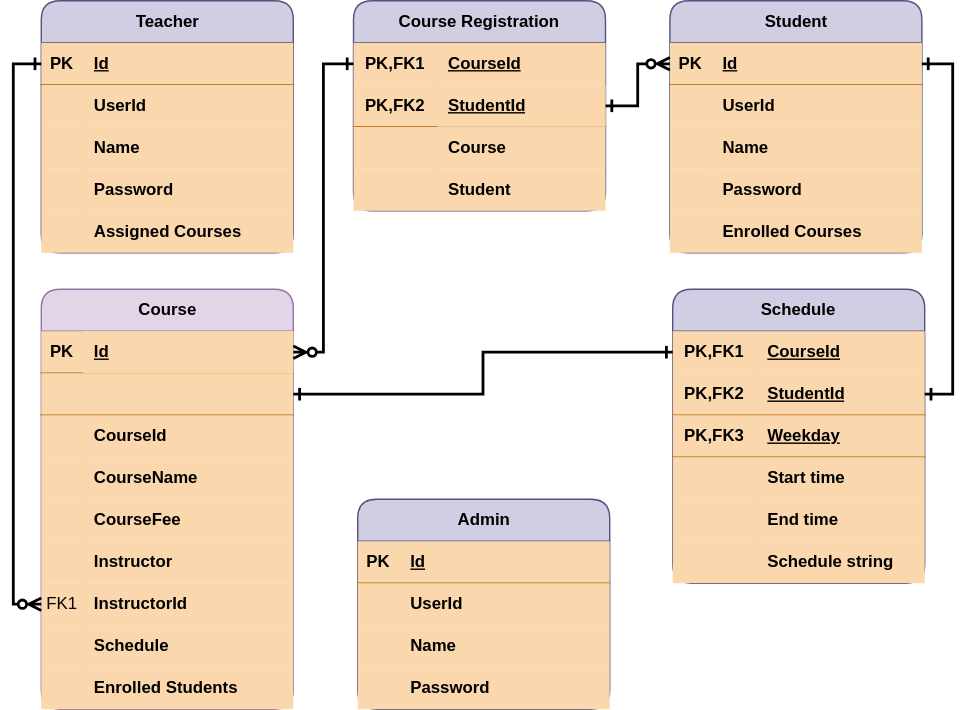
Before: demo/CourseManagement_ERD.svg, a diagram exported from draw.io (MohammadRokib/CourseManagement). Source tidied: cells renumbered, new cells last; positions are measured from the earlier drawing's top-left corner, leaving out a move shared by most shapes.
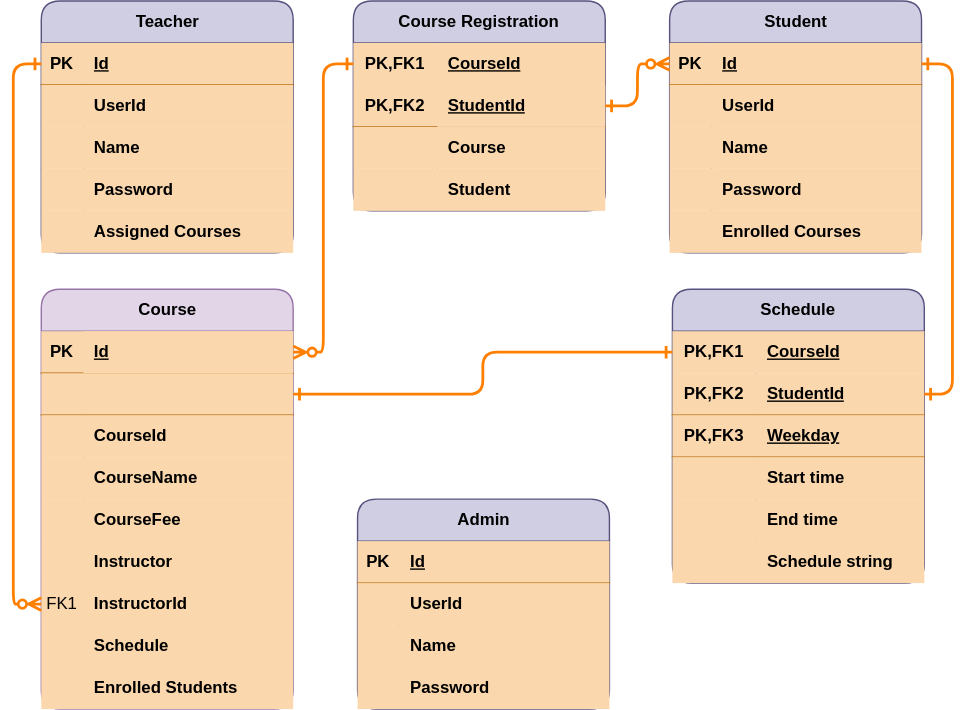
Later version of the same file.

Commit message:
updated connection lines in ERD

What changed in the source:
```diff
@@ -260,13 +260,13 @@
     <mxCell id="87" value="&lt;b&gt;Student&lt;/b&gt;" style="shape=partialRectangle;fillColor=none;top=0;left=0;bottom=0;right=0;align=left;spacingLeft=6;overflow=hidden;html=1;whiteSpace=wrap;" parent="85" vertex="1">
       <mxGeometry x="60" width="120" height="30" as="geometry" />
     </mxCell>
-    <mxCell id="88" style="edgeStyle=orthogonalEdgeStyle;rounded=0;jettySize=auto;html=1;exitX=1;exitY=0.5;exitDx=0;exitDy=0;entryX=0;entryY=0.5;entryDx=0;entryDy=0;startArrow=ERone;startFill=0;endArrow=ERzeroToMany;endFill=0;strokeWidth=2;" parent="1" edge="1" source="79" target="32">
+    <mxCell id="88" style="edgeStyle=orthogonalEdgeStyle;rounded=1;jettySize=auto;html=1;exitX=1;exitY=0.5;exitDx=0;exitDy=0;entryX=0;entryY=0.5;entryDx=0;entryDy=0;startArrow=ERone;startFill=0;endArrow=ERzeroToMany;endFill=0;strokeWidth=2;curved=0;strokeColor=#FF8000;" parent="1" edge="1" source="79" target="32">
       <mxGeometry relative="1" as="geometry" />
     </mxCell>
-    <mxCell id="89" style="edgeStyle=orthogonalEdgeStyle;rounded=0;jettySize=auto;html=1;exitX=1;exitY=0.5;exitDx=0;exitDy=0;entryX=0;entryY=0.5;entryDx=0;entryDy=0;strokeWidth=2;endArrow=ERone;endFill=0;startArrow=ERzeroToMany;startFill=0;" parent="1" edge="1" source="48" target="76">
+    <mxCell id="89" style="edgeStyle=orthogonalEdgeStyle;rounded=1;jettySize=auto;html=1;exitX=1;exitY=0.5;exitDx=0;exitDy=0;entryX=0;entryY=0.5;entryDx=0;entryDy=0;strokeWidth=2;endArrow=ERone;endFill=0;startArrow=ERzeroToMany;startFill=0;curved=0;strokeColor=#FF8000;" parent="1" edge="1" source="48" target="76">
       <mxGeometry relative="1" as="geometry" />
     </mxCell>
-    <mxCell id="90" style="edgeStyle=orthogonalEdgeStyle;rounded=0;jettySize=auto;html=1;exitX=0;exitY=0.5;exitDx=0;exitDy=0;entryX=0;entryY=0.5;entryDx=0;entryDy=0;strokeWidth=2;startArrow=ERone;startFill=0;endArrow=ERzeroToMany;endFill=0;" parent="1" edge="1" source="16" target="66">
+    <mxCell id="90" style="edgeStyle=orthogonalEdgeStyle;rounded=1;jettySize=auto;html=1;exitX=0;exitY=0.5;exitDx=0;exitDy=0;entryX=0;entryY=0.5;entryDx=0;entryDy=0;strokeWidth=2;startArrow=ERone;startFill=0;endArrow=ERzeroToMany;endFill=0;curved=0;strokeColor=#FF8000;" parent="1" edge="1" source="16" target="66">
       <mxGeometry relative="1" as="geometry" />
     </mxCell>
     <mxCell id="91" value="Schedule" style="shape=table;startSize=30;rowLines=0;fontStyle=1;align=center;html=1;whiteSpace=wrap;fillColor=#d0cee2;strokeColor=#56517e;rounded=1;" parent="1" vertex="1">
@@ -326,10 +326,10 @@
     <mxCell id="109" value="&lt;b&gt;Schedule string&lt;/b&gt;" style="shape=partialRectangle;fillColor=none;top=0;left=0;bottom=0;right=0;align=left;spacingLeft=6;overflow=hidden;html=1;whiteSpace=wrap;" parent="107" vertex="1">
       <mxGeometry x="60" width="120" height="30" as="geometry" />
     </mxCell>
-    <mxCell id="110" style="edgeStyle=orthogonalEdgeStyle;rounded=0;jettySize=auto;html=1;exitX=1;exitY=0.5;exitDx=0;exitDy=0;entryX=0;entryY=0.5;entryDx=0;entryDy=0;strokeWidth=2;startArrow=ERone;startFill=0;endArrow=ERone;endFill=0;" parent="1" edge="1" source="51" target="92">
+    <mxCell id="110" style="edgeStyle=orthogonalEdgeStyle;rounded=1;jettySize=auto;html=1;exitX=1;exitY=0.5;exitDx=0;exitDy=0;entryX=0;entryY=0.5;entryDx=0;entryDy=0;strokeWidth=2;startArrow=ERone;startFill=0;endArrow=ERone;endFill=0;curved=0;strokeColor=#FF8000;" parent="1" edge="1" source="51" target="92">
       <mxGeometry relative="1" as="geometry" />
     </mxCell>
-    <mxCell id="111" style="edgeStyle=orthogonalEdgeStyle;rounded=0;jettySize=auto;html=1;exitX=1;exitY=0.5;exitDx=0;exitDy=0;entryX=1;entryY=0.5;entryDx=0;entryDy=0;startArrow=ERone;startFill=0;endArrow=ERone;endFill=0;strokeWidth=2;" parent="1" edge="1" source="32" target="95">
+    <mxCell id="111" style="edgeStyle=orthogonalEdgeStyle;rounded=1;jettySize=auto;html=1;exitX=1;exitY=0.5;exitDx=0;exitDy=0;entryX=1;entryY=0.5;entryDx=0;entryDy=0;startArrow=ERone;startFill=0;endArrow=ERone;endFill=0;strokeWidth=2;curved=0;strokeColor=#FF8000;" parent="1" edge="1" source="32" target="95">
       <mxGeometry relative="1" as="geometry" />
     </mxCell>
   </root>
```
